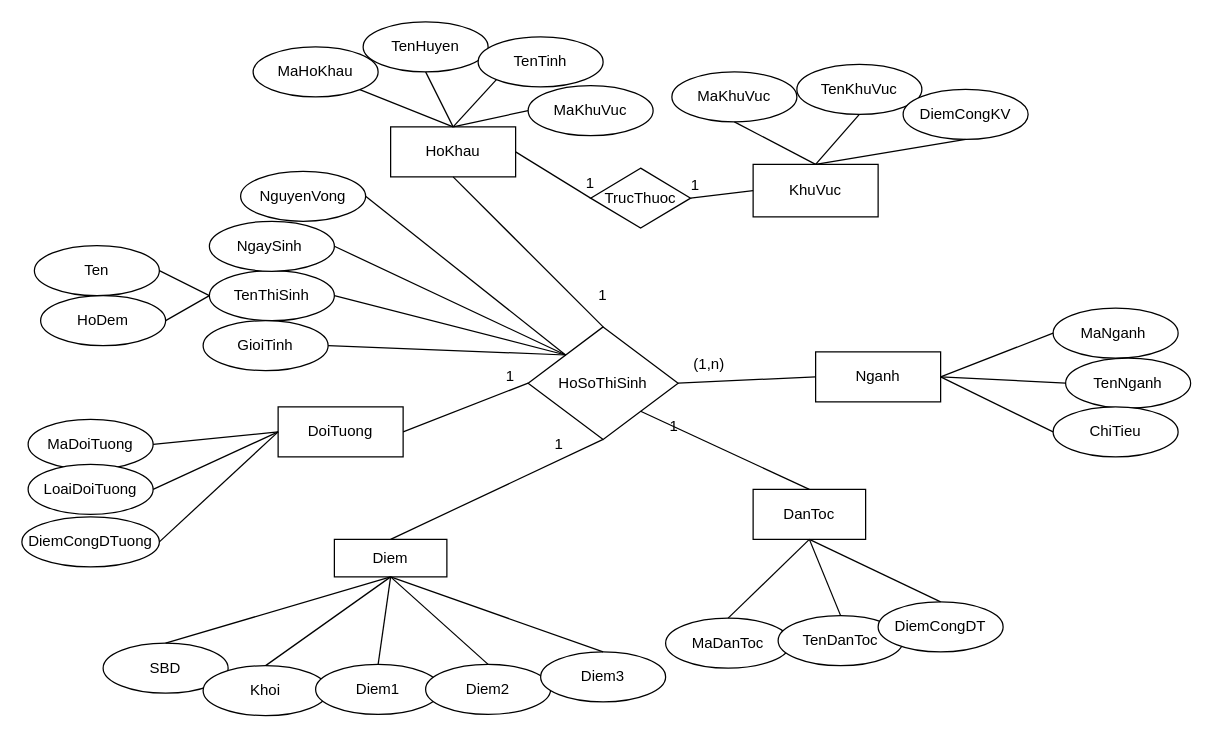
DIEMVO/doanquanlytuyensinh keeps this draw.io diagram as quanlytuyensinh.drawio. Above is the earlier version. Source tidied: cells renumbered, new cells numbered last; positions are measured from the earlier drawing's top-left corner, leaving out a move shared by most shapes. Both pictures are drawn from the tidied source at 125%, with x=0, y=0 at pixel (21, 21).
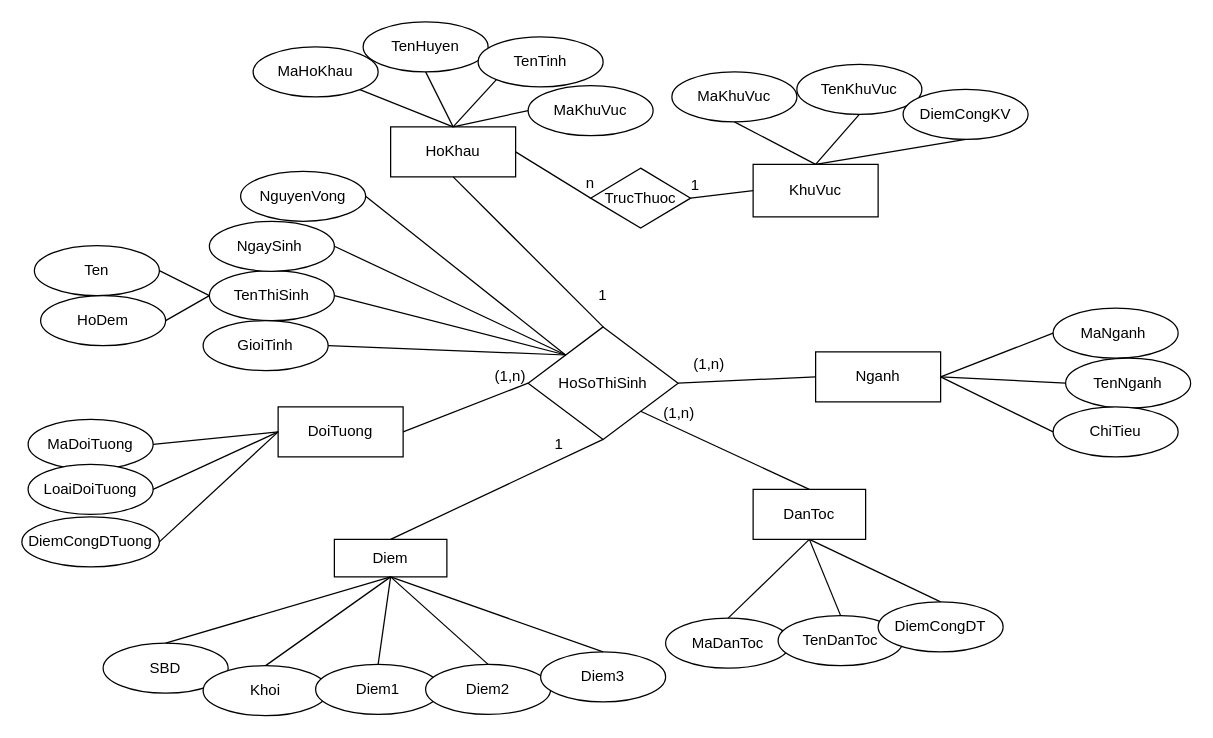
Above is the later version.

Change to the diagram source:
```diff
@@
-    <mxCell id="73" value="1" style="text;html=1;strokeColor=none;fillColor=none;align=center;verticalAlign=middle;whiteSpace=wrap;rounded=0;" parent="1" vertex="1">
-      <mxGeometry x="502" y="314" width="40" height="20" as="geometry" />
+    <mxCell id="73" value="(1,n)" style="text;html=1;strokeColor=none;fillColor=none;align=center;verticalAlign=middle;whiteSpace=wrap;rounded=0;" parent="1" vertex="1">
+      <mxGeometry x="506" y="303" width="40" height="20" as="geometry" />
     </mxCell>
@@
-    <mxCell id="75" value="1" style="text;html=1;strokeColor=none;fillColor=none;align=center;verticalAlign=middle;whiteSpace=wrap;rounded=0;" parent="1" vertex="1">
+    <mxCell id="75" value="(1,n)" style="text;html=1;strokeColor=none;fillColor=none;align=center;verticalAlign=middle;whiteSpace=wrap;rounded=0;" parent="1" vertex="1">
       <mxGeometry x="371" y="274" width="40" height="20" as="geometry" />
     </mxCell>
-    <mxCell id="76" value="1" style="text;html=1;strokeColor=none;fillColor=none;align=center;verticalAlign=middle;whiteSpace=wrap;rounded=0;" parent="1" vertex="1">
+    <mxCell id="76" value="n" style="text;html=1;strokeColor=none;fillColor=none;align=center;verticalAlign=middle;whiteSpace=wrap;rounded=0;" parent="1" vertex="1">
       <mxGeometry x="435" y="118.5" width="40" height="20" as="geometry" />
     </mxCell>
```
